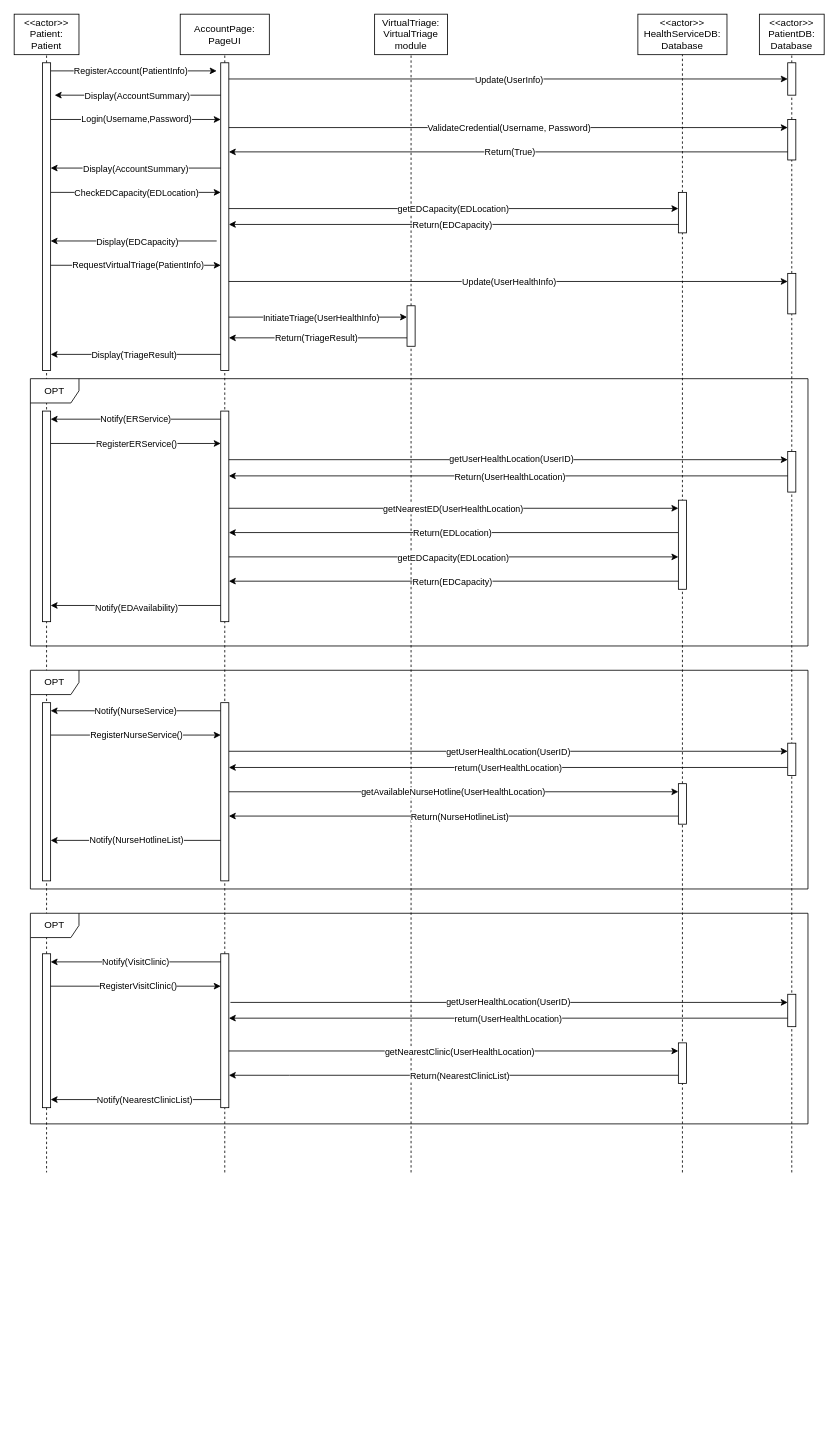
Above: general_sequence_diagram.drawio in uvic-teach/project-m1-team8 (draw.io), before the change. Source tidied: cells renumbered, new cells numbered last; positions are measured from the earlier drawing's top-left corner, leaving out a move shared by most shapes. Both pictures are drawn from the tidied source at 81%, with x=0, y=0 at pixel (14, 14).
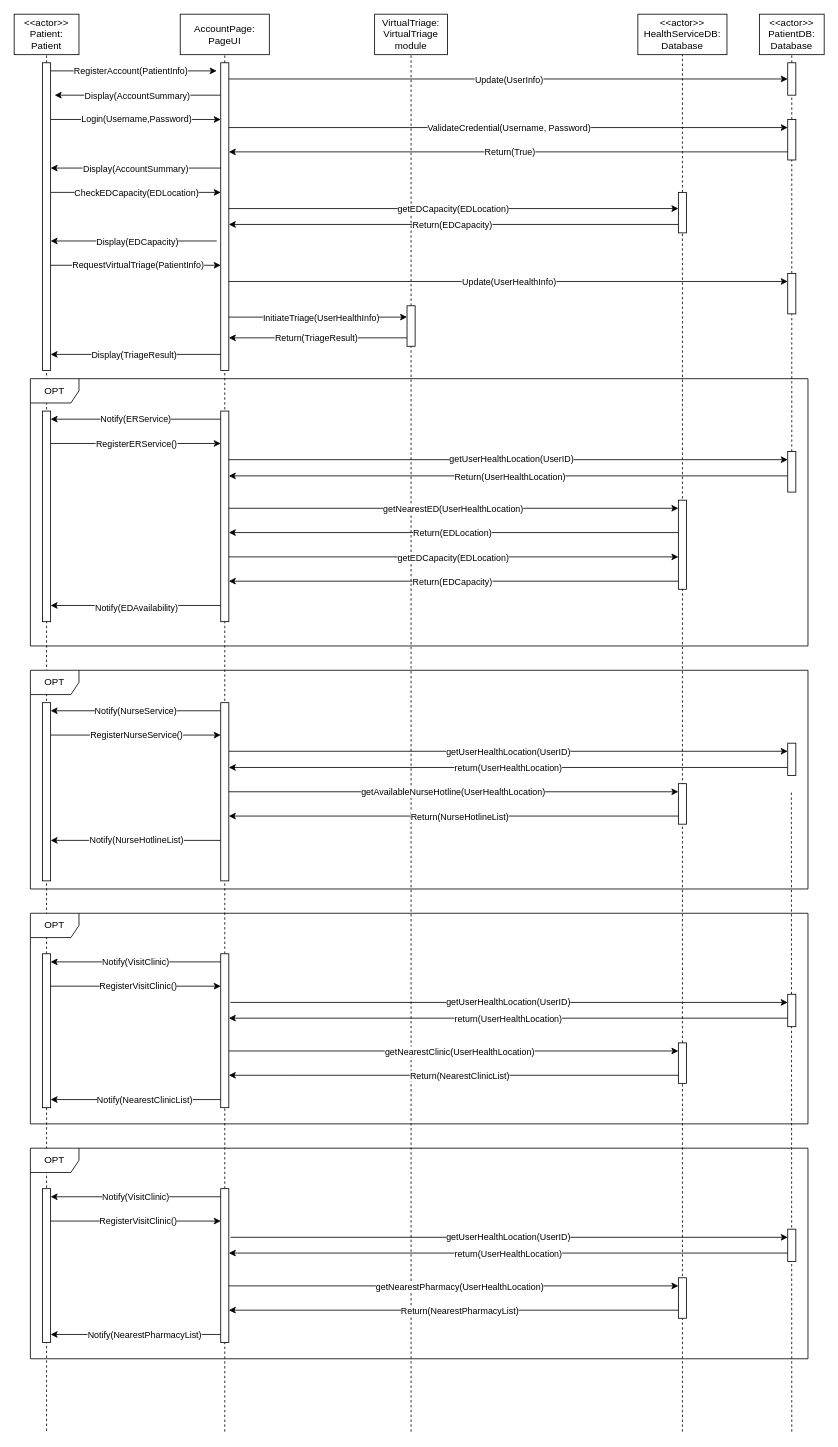
Above is the later version.

Commit message:
Add a OPT fragment for visiting pharmacy

Unchanged cells that the change refers to:
```xml
<mxCell id="35" style="html=1;points=[[0,0,0,0,5],[0,1,0,0,-5],[1,0,0,0,5],[1,1,0,0,-5]];perimeter=orthogonalPerimeter;outlineConnect=0;targetShapes=umlLifeline;portConstraint=eastwest;newEdgeStyle={&quot;curved&quot;:0,&quot;rounded&quot;:0};" parent="1" vertex="1">
  <mxGeometry x="820" y="220" width="10" height="50" as="geometry" />
</mxCell>
<mxCell id="53" style="html=1;points=[[0,0,0,0,5],[0,1,0,0,-5],[1,0,0,0,5],[1,1,0,0,-5]];perimeter=orthogonalPerimeter;outlineConnect=0;targetShapes=umlLifeline;portConstraint=eastwest;newEdgeStyle={&quot;curved&quot;:0,&quot;rounded&quot;:0};" parent="1" vertex="1">
  <mxGeometry x="485" y="360" width="10" height="50" as="geometry" />
</mxCell>
<mxCell id="61" style="html=1;points=[[0,0,0,0,5],[0,1,0,0,-5],[1,0,0,0,5],[1,1,0,0,-5]];perimeter=orthogonalPerimeter;outlineConnect=0;targetShapes=umlLifeline;portConstraint=eastwest;newEdgeStyle={&quot;curved&quot;:0,&quot;rounded&quot;:0};" parent="1" vertex="1">
  <mxGeometry x="955" y="540" width="10" height="50" as="geometry" />
</mxCell>
<mxCell id="84" style="html=1;points=[[0,0,0,0,5],[0,1,0,0,-5],[1,0,0,0,5],[1,1,0,0,-5]];perimeter=orthogonalPerimeter;outlineConnect=0;targetShapes=umlLifeline;portConstraint=eastwest;newEdgeStyle={&quot;curved&quot;:0,&quot;rounded&quot;:0};" parent="1" vertex="1">
  <mxGeometry x="35" y="1160" width="10" height="190" as="geometry" />
</mxCell>
<mxCell id="86" style="html=1;points=[[0,0,0,0,5],[0,1,0,0,-5],[1,0,0,0,5],[1,1,0,0,-5]];perimeter=orthogonalPerimeter;outlineConnect=0;targetShapes=umlLifeline;portConstraint=eastwest;newEdgeStyle={&quot;curved&quot;:0,&quot;rounded&quot;:0};" parent="1" vertex="1">
  <mxGeometry x="255" y="1160" width="10" height="190" as="geometry" />
</mxCell>
```

Change to the diagram source:
```diff
@@
     <mxCell id="34" style="endArrow=none;dashed=1;html=1;rounded=0;" parent="1" edge="1" target="35">
       <mxGeometry relative="1" as="geometry">
-        <mxPoint x="825" y="1430" as="sourcePoint" />
+        <mxPoint x="825" y="1750" as="sourcePoint" />
+        <Array as="points">
+          <mxPoint x="825" y="320" />
+        </Array>
       </mxGeometry>
     </mxCell>
@@
     <mxCell id="52" style="endArrow=none;dashed=1;html=1;rounded=0;entryX=0.5;entryY=1;entryDx=0;entryDy=0;" parent="1" edge="1" target="53">
       <mxGeometry relative="1" as="geometry">
-        <mxPoint x="490" y="1430" as="sourcePoint" />
+        <mxPoint x="490" y="1750" as="sourcePoint" />
       </mxGeometry>
     </mxCell>
@@
-    <mxCell id="60" style="endArrow=none;dashed=1;html=1;rounded=0;entryX=0.5;entryY=1;entryDx=0;entryDy=0;" parent="1" edge="1" target="61">
+    <mxCell id="60" style="endArrow=none;dashed=1;html=1;rounded=0;entryX=0.5;entryY=1;entryDx=0;entryDy=0;" parent="1" edge="1">
       <mxGeometry relative="1" as="geometry">
-        <mxPoint x="960" y="1430" as="sourcePoint" />
+        <mxPoint x="960" y="1750" as="sourcePoint" />
+        <mxPoint x="959.5" y="960" as="targetPoint" />
       </mxGeometry>
     </mxCell>
@@
     <mxCell id="85" style="endArrow=none;dashed=1;html=1;rounded=0;entryX=0.5;entryY=1;entryDx=0;entryDy=0;" parent="1" edge="1" target="86">
       <mxGeometry relative="1" as="geometry">
-        <mxPoint x="260" y="1430" as="sourcePoint" />
+        <mxPoint x="260" y="1750" as="sourcePoint" />
       </mxGeometry>
     </mxCell>
@@
     <mxCell id="111" style="endArrow=none;dashed=1;html=1;rounded=0;" parent="1" edge="1" source="84">
       <mxGeometry relative="1" as="geometry">
-        <mxPoint x="40" y="1430" as="targetPoint" />
+        <mxPoint x="40" y="1750" as="targetPoint" />
       </mxGeometry>
     </mxCell>
@@
+    <mxCell id="120" style="endArrow=classic;html=1;rounded=0;" parent="1" edge="1" target="128">
+      <mxGeometry relative="1" as="geometry">
+        <mxPoint x="40" y="1490" as="sourcePoint" />
+      </mxGeometry>
+    </mxCell>
+    <mxCell id="121" value="RegisterVisitClinic()" style="edgeLabel;html=1;align=center;verticalAlign=middle;" parent="120" vertex="1">
+      <mxGeometry x="-0.16" y="1" relative="1" as="geometry">
+        <mxPoint x="22" as="offset" />
+      </mxGeometry>
+    </mxCell>
+    <mxCell id="122" style="endArrow=classic;html=1;rounded=0;exitX=1.2;exitY=0.316;exitDx=0;exitDy=0;exitPerimeter=0;" parent="1" edge="1" source="128" target="126">
+      <mxGeometry relative="1" as="geometry" />
+    </mxCell>
+    <mxCell id="123" value="getUserHealthLocation(UserID)" style="edgeLabel;html=1;align=center;verticalAlign=middle;" parent="122" vertex="1">
+      <mxGeometry x="-0.26" y="1" relative="1" as="geometry">
+        <mxPoint x="87" as="offset" />
+      </mxGeometry>
+    </mxCell>
+    <mxCell id="124" style="endArrow=classic;html=1;rounded=0;" parent="1" edge="1" target="128">
+      <mxGeometry relative="1" as="geometry">
+        <mxPoint x="820" y="1600" as="sourcePoint" />
+        <Array as="points">
+          <mxPoint x="340" y="1600" />
+        </Array>
+      </mxGeometry>
+    </mxCell>
+    <mxCell id="125" value="Return(NearestPharmacyList)" style="edgeLabel;html=1;align=center;verticalAlign=middle;" parent="124" vertex="1">
+      <mxGeometry x="0.2" y="-4" relative="1" as="geometry">
+        <mxPoint x="62" y="4" as="offset" />
+      </mxGeometry>
+    </mxCell>
+    <mxCell id="126" style="html=1;points=[[0,0,0,0,5],[0,1,0,0,-5],[1,0,0,0,5],[1,1,0,0,-5]];perimeter=orthogonalPerimeter;outlineConnect=0;targetShapes=umlLifeline;portConstraint=eastwest;newEdgeStyle={&quot;curved&quot;:0,&quot;rounded&quot;:0};" parent="1" vertex="1">
+      <mxGeometry x="955" y="1500" width="10" height="40" as="geometry" />
+    </mxCell>
+    <mxCell id="127" style="html=1;perimeter=orthogonalPerimeter;targetShapes=umlLifeline;newEdgeStyle={&quot;curved&quot;:0,&quot;rounded&quot;:0};" parent="1" vertex="1">
+      <mxGeometry x="35" y="1450" width="10" height="190" as="geometry" />
+    </mxCell>
+    <mxCell id="128" style="html=1;points=[[0,0,0,0,5],[0,1,0,0,-5],[1,0,0,0,5],[1,1,0,0,-5]];perimeter=orthogonalPerimeter;outlineConnect=0;targetShapes=umlLifeline;portConstraint=eastwest;newEdgeStyle={&quot;curved&quot;:0,&quot;rounded&quot;:0};" parent="1" vertex="1">
+      <mxGeometry x="255" y="1450" width="10" height="190" as="geometry" />
+    </mxCell>
+    <mxCell id="129" value="OPT" style="shape=umlFrame;whiteSpace=wrap;html=1;" parent="1" vertex="1">
+      <mxGeometry x="20" y="1400" width="960" height="260" as="geometry" />
+    </mxCell>
+    <mxCell id="130" style="endArrow=classic;html=1;rounded=0;" parent="1" edge="1">
+      <mxGeometry relative="1" as="geometry">
+        <mxPoint x="955" y="1529.5" as="sourcePoint" />
+        <mxPoint x="265" y="1529.5" as="targetPoint" />
+      </mxGeometry>
+    </mxCell>
+    <mxCell id="131" value="return(UserHealthLocation)" style="edgeLabel;html=1;align=center;verticalAlign=middle;" parent="130" vertex="1">
+      <mxGeometry x="0.28" y="-3" relative="1" as="geometry">
+        <mxPoint x="96" y="4" as="offset" />
+      </mxGeometry>
+    </mxCell>
+    <mxCell id="132" style="html=1;points=[[0,0,0,0,5],[0,1,0,0,-5],[1,0,0,0,5],[1,1,0,0,-5]];perimeter=orthogonalPerimeter;outlineConnect=0;targetShapes=umlLifeline;portConstraint=eastwest;newEdgeStyle={&quot;curved&quot;:0,&quot;rounded&quot;:0};" parent="1" vertex="1">
+      <mxGeometry x="820" y="1560" width="10" height="50" as="geometry" />
+    </mxCell>
+    <mxCell id="133" style="endArrow=classic;html=1;rounded=0;" parent="1" edge="1" target="132">
+      <mxGeometry relative="1" as="geometry">
+        <mxPoint x="265" y="1570" as="sourcePoint" />
+      </mxGeometry>
+    </mxCell>
+    <mxCell id="134" value="getNearestPharmacy(UserHealthLocation)" style="edgeLabel;html=1;align=center;verticalAlign=middle;" parent="133" vertex="1">
+      <mxGeometry x="-0.13" y="-2" relative="1" as="geometry">
+        <mxPoint x="43" y="-2" as="offset" />
+      </mxGeometry>
+    </mxCell>
+    <mxCell id="135" style="endArrow=classic;html=1;rounded=0;" parent="1" edge="1" source="128">
+      <mxGeometry relative="1" as="geometry">
+        <mxPoint x="45" y="1630" as="targetPoint" />
+      </mxGeometry>
+    </mxCell>
+    <mxCell id="136" value="Notify(NearestPharmacyList)" style="edgeLabel;html=1;align=center;verticalAlign=middle;" parent="135" vertex="1">
+      <mxGeometry x="0.14" relative="1" as="geometry">
+        <mxPoint x="25" as="offset" />
+      </mxGeometry>
+    </mxCell>
+    <mxCell id="137" value="Notify(VisitClinic)" style="endArrow=classic;html=1;rounded=0;" parent="1" edge="1">
+      <mxGeometry relative="1" as="geometry">
+        <mxPoint x="255" y="1460" as="sourcePoint" />
+        <mxPoint x="45" y="1460" as="targetPoint" />
+      </mxGeometry>
+    </mxCell>
```
